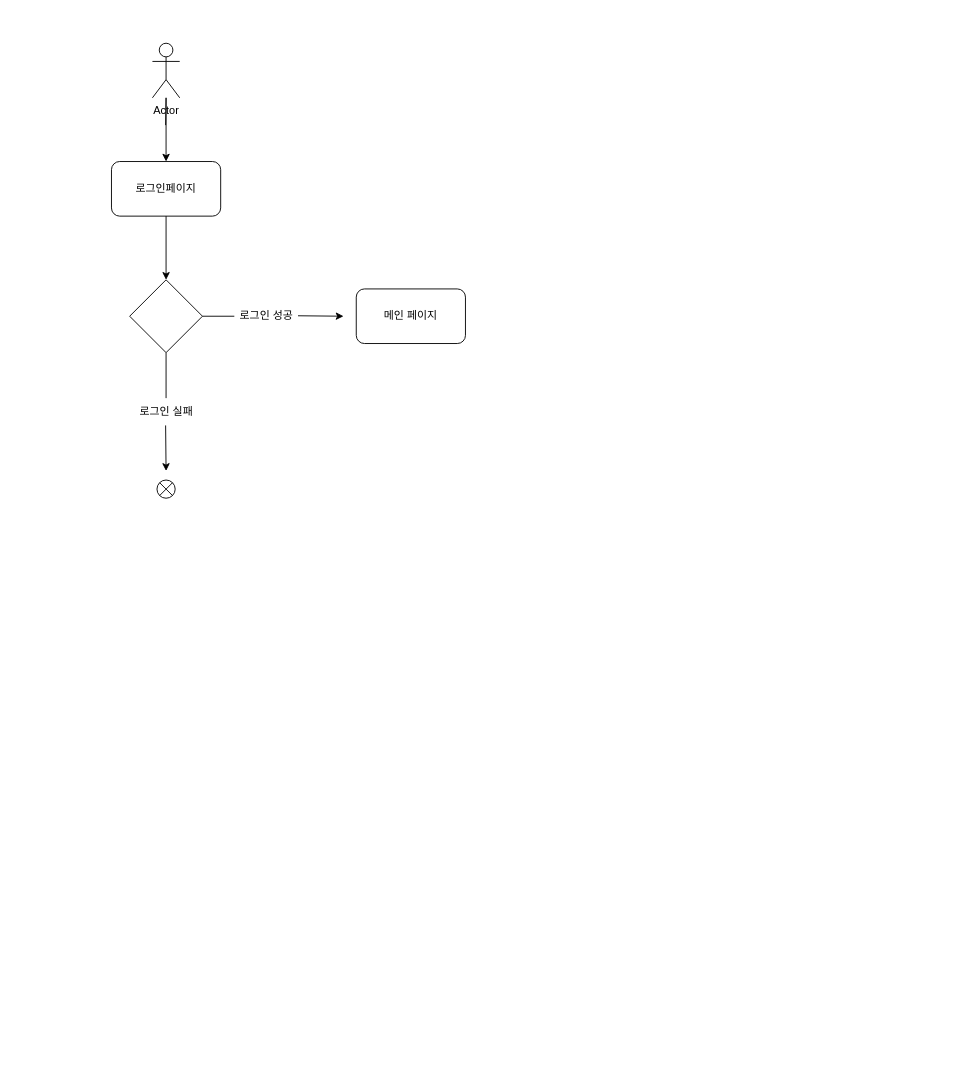
Earlier version of the draw.io diagram 제목 없는 다이어그램.drawio (jjh053/Unchild). Source tidied: cells renumbered, new cells numbered last; positions are measured from the earlier drawing's top-left corner, leaving out a move shared by most shapes. Both pictures are drawn from the tidied source at 91%, with x=0, y=0 at pixel (111, 43).
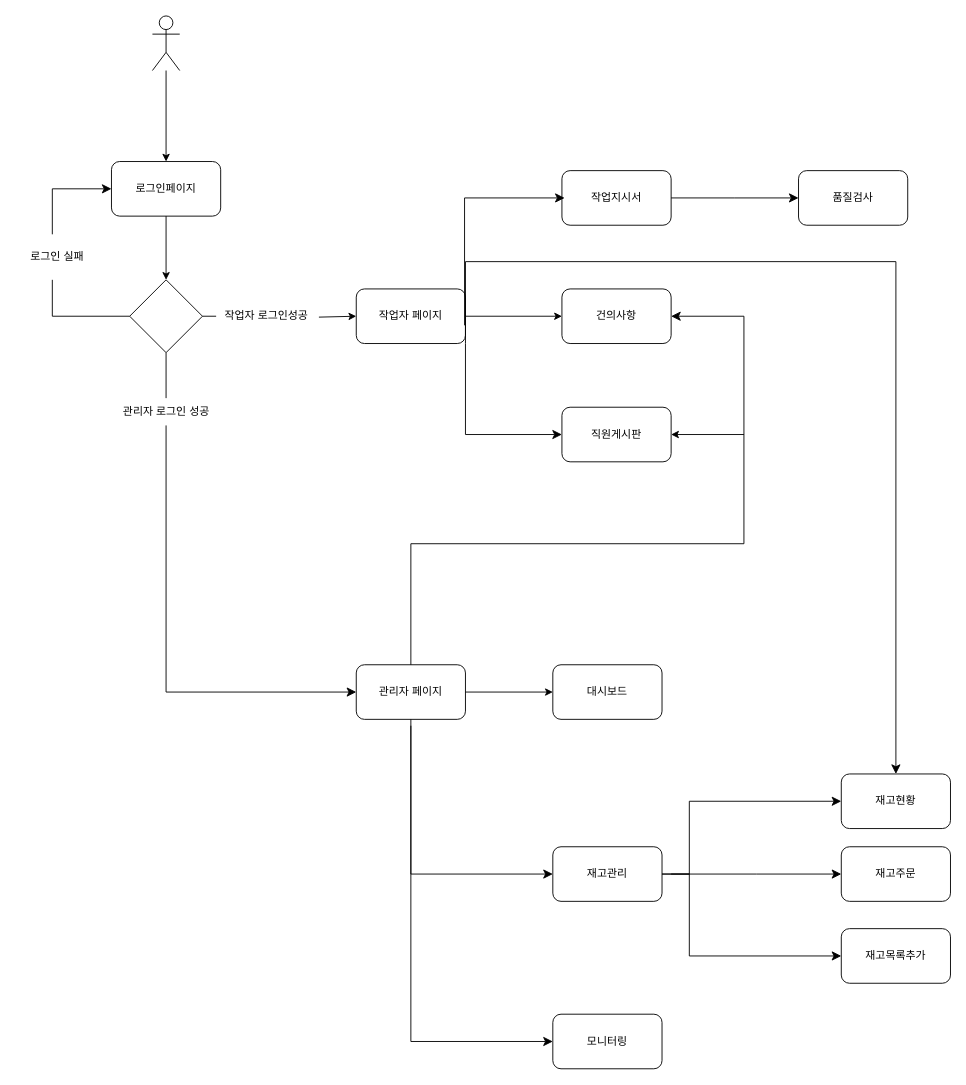
Above is the later version.

Commit message:
제목 없는 다이어그램.drawio 업데이트

Unchanged cells that the change refers to:
```xml
<mxCell id="3" value="로그인페이지" style="rounded=1;whiteSpace=wrap;html=1;" parent="1" vertex="1">
  <mxGeometry y="130" width="120" height="60" as="geometry" />
</mxCell>
<mxCell id="5" style="rhombus;whiteSpace=wrap;html=1;" parent="1" vertex="1">
  <mxGeometry x="20" y="260" width="80" height="80" as="geometry" />
</mxCell>
```

What changed in the source:
```diff
@@
+    <mxCell id="15" style="edgeStyle=orthogonalEdgeStyle;rounded=0;jettySize=auto;html=1;" parent="1" edge="1" source="2" target="3">
+      <mxGeometry relative="1" as="geometry" />
+    </mxCell>
-    <mxCell id="2" value="Actor" style="shape=umlActor;verticalLabelPosition=bottom;verticalAlign=top;html=1;outlineConnect=0;" parent="1" vertex="1">
-      <mxGeometry x="45" width="30" height="60" as="geometry" />
+    <mxCell id="2" style="shape=umlActor;verticalLabelPosition=bottom;verticalAlign=top;html=1;outlineConnect=0;" parent="1" vertex="1">
+      <mxGeometry x="45" y="-30" width="30" height="60" as="geometry" />
     </mxCell>
@@
-    <mxCell id="6" style="endArrow=classic;html=1;rounded=0;" parent="1" edge="1">
-      <mxGeometry relative="1" as="geometry">
-        <mxPoint x="59.5" y="90" as="sourcePoint" />
-        <mxPoint x="60" y="130" as="targetPoint" />
-        <Array as="points">
-          <mxPoint x="60" y="60" />
-        </Array>
-      </mxGeometry>
-    </mxCell>
-    <mxCell id="7" style="endArrow=classic;html=1;rounded=0;exitX=1;exitY=0.5;exitDx=0;exitDy=0;" parent="1" edge="1">
-      <mxGeometry relative="1" as="geometry">
-        <mxPoint x="205" y="299.5" as="sourcePoint" />
-        <mxPoint x="255" y="300" as="targetPoint" />
-      </mxGeometry>
+    <mxCell id="7" style="endArrow=classic;html=1;rounded=0;exitX=0.983;exitY=0.533;exitDx=0;exitDy=0;exitPerimeter=0;entryX=0;entryY=0.5;entryDx=0;entryDy=0;" parent="1" edge="1" source="13" target="14">
+      <mxGeometry relative="1" as="geometry" />
     </mxCell>
-    <mxCell id="8" style="endArrow=classic;html=1;rounded=0;exitX=0.5;exitY=1;exitDx=0;exitDy=0;" parent="1" edge="1">
-      <mxGeometry relative="1" as="geometry">
-        <mxPoint x="59.5" y="420" as="sourcePoint" />
-        <mxPoint x="60" y="470" as="targetPoint" />
-      </mxGeometry>
-    </mxCell>
-    <mxCell id="9" value="로그인 실패" style="text;html=1;align=center;verticalAlign=middle;strokeColor=none;fillColor=none;" parent="1" vertex="1">
-      <mxGeometry x="15" y="390" width="90" height="30" as="geometry" />
+    <mxCell id="9" value="관리자 로그인 성공" style="text;html=1;align=center;verticalAlign=middle;strokeColor=none;fillColor=none;" parent="1" vertex="1">
+      <mxGeometry x="-5" y="390" width="130" height="30" as="geometry" />
     </mxCell>
     <mxCell id="10" style="endArrow=none;html=1;rounded=0;exitX=1;exitY=0.5;exitDx=0;exitDy=0;" parent="1" edge="1" source="5">
       <mxGeometry relative="1" as="geometry">
-        <mxPoint x="135" y="300" as="targetPoint" />
+        <mxPoint x="115" y="300" as="targetPoint" />
       </mxGeometry>
     </mxCell>
@@
-    <mxCell id="12" style="shape=sumEllipse;perimeter=ellipsePerimeter;whiteSpace=wrap;html=1;backgroundOutline=1;" parent="1" vertex="1">
-      <mxGeometry x="50" y="480" width="20" height="20" as="geometry" />
-    </mxCell>
-    <mxCell id="13" value="로그인 성공" style="text;html=1;align=center;verticalAlign=middle;points=[];strokeColor=none;fillColor=none;" parent="1" vertex="1">
-      <mxGeometry x="125" y="285" width="90" height="30" as="geometry" />
+    <mxCell id="13" value="작업자 로그인성공" style="text;html=1;align=center;verticalAlign=middle;points=[];strokeColor=none;fillColor=none;" parent="1" vertex="1">
+      <mxGeometry x="110" y="285" width="120" height="30" as="geometry" />
     </mxCell>
-    <mxCell id="14" value="메인 페이지" style="rounded=1;whiteSpace=wrap;html=1;" parent="1" vertex="1">
+    <mxCell id="14" value="작업자 페이지" style="rounded=1;whiteSpace=wrap;html=1;" parent="1" vertex="1">
       <mxGeometry x="269" y="270" width="120" height="60" as="geometry" />
     </mxCell>
+    <mxCell id="16" value="작업지시서" style="rounded=1;whiteSpace=wrap;html=1;" parent="1" vertex="1">
+      <mxGeometry x="495" y="140" width="120" height="60" as="geometry" />
+    </mxCell>
+    <mxCell id="17" value="품질검사" style="rounded=1;whiteSpace=wrap;html=1;" parent="1" vertex="1">
+      <mxGeometry x="755" y="140" width="120" height="60" as="geometry" />
+    </mxCell>
+    <mxCell id="18" value="건의사항" style="rounded=1;whiteSpace=wrap;html=1;" parent="1" vertex="1">
+      <mxGeometry x="495" y="270" width="120" height="60" as="geometry" />
+    </mxCell>
+    <mxCell id="19" value="직원게시판" style="rounded=1;whiteSpace=wrap;html=1;" parent="1" vertex="1">
+      <mxGeometry x="495" y="400" width="120" height="60" as="geometry" />
+    </mxCell>
+    <mxCell id="20" style="edgeStyle=segmentEdgeStyle;endArrow=classic;html=1;curved=0;rounded=0;endSize=8;startSize=8;entryX=0;entryY=0.5;entryDx=0;entryDy=0;" parent="1" edge="1" target="19">
+      <mxGeometry relative="1" as="geometry">
+        <mxPoint x="389" y="330" as="sourcePoint" />
+        <Array as="points">
+          <mxPoint x="389" y="430" />
+        </Array>
+      </mxGeometry>
+    </mxCell>
+    <mxCell id="21" style="edgeStyle=segmentEdgeStyle;endArrow=classic;html=1;curved=0;rounded=0;endSize=8;startSize=8;entryX=0;entryY=0.5;entryDx=0;entryDy=0;" parent="1" edge="1" target="26">
+      <mxGeometry relative="1" as="geometry">
+        <mxPoint x="60" y="420" as="sourcePoint" />
+        <Array as="points">
+          <mxPoint x="60" y="713" />
+        </Array>
+      </mxGeometry>
+    </mxCell>
+    <mxCell id="22" value="로그인 실패" style="text;html=1;align=center;verticalAlign=middle;strokeColor=none;fillColor=none;" parent="1" vertex="1">
+      <mxGeometry x="-105" y="220" width="90" height="30" as="geometry" />
+    </mxCell>
+    <mxCell id="23" style="endArrow=none;html=1;rounded=0;entryX=0;entryY=0.5;entryDx=0;entryDy=0;" parent="1" edge="1" target="5">
+      <mxGeometry relative="1" as="geometry">
+        <mxPoint x="-65" y="300" as="sourcePoint" />
+      </mxGeometry>
+    </mxCell>
+    <mxCell id="24" style="endArrow=none;html=1;rounded=0;" parent="1" edge="1">
+      <mxGeometry relative="1" as="geometry">
+        <mxPoint x="-65" y="300" as="sourcePoint" />
+        <mxPoint x="-65" y="260" as="targetPoint" />
+      </mxGeometry>
+    </mxCell>
+    <mxCell id="25" style="edgeStyle=segmentEdgeStyle;endArrow=classic;html=1;curved=0;rounded=0;endSize=8;startSize=8;entryX=0;entryY=0.5;entryDx=0;entryDy=0;" parent="1" edge="1" target="3">
+      <mxGeometry relative="1" as="geometry">
+        <mxPoint x="-65" y="210" as="sourcePoint" />
+        <Array as="points">
+          <mxPoint x="-65" y="160" />
+        </Array>
+      </mxGeometry>
+    </mxCell>
+    <mxCell id="26" value="관리자 페이지" style="rounded=1;whiteSpace=wrap;html=1;" parent="1" vertex="1">
+      <mxGeometry x="269" y="683" width="120" height="60" as="geometry" />
+    </mxCell>
+    <mxCell id="27" value="대시보드" style="rounded=1;whiteSpace=wrap;html=1;" parent="1" vertex="1">
+      <mxGeometry x="485" y="683" width="120" height="60" as="geometry" />
+    </mxCell>
+    <mxCell id="28" value="모니터링" style="rounded=1;whiteSpace=wrap;html=1;" parent="1" vertex="1">
+      <mxGeometry x="485" y="1067" width="120" height="60" as="geometry" />
+    </mxCell>
+    <mxCell id="29" value="재고관리" style="rounded=1;whiteSpace=wrap;html=1;" parent="1" vertex="1">
+      <mxGeometry x="485" y="883" width="120" height="60" as="geometry" />
+    </mxCell>
+    <mxCell id="30" value="재고현황" style="rounded=1;whiteSpace=wrap;html=1;" parent="1" vertex="1">
+      <mxGeometry x="802" y="803" width="120" height="60" as="geometry" />
+    </mxCell>
+    <mxCell id="31" value="재고주문" style="rounded=1;whiteSpace=wrap;html=1;" parent="1" vertex="1">
+      <mxGeometry x="802" y="883" width="120" height="60" as="geometry" />
+    </mxCell>
+    <mxCell id="32" value="재고목록추가" style="rounded=1;whiteSpace=wrap;html=1;" parent="1" vertex="1">
+      <mxGeometry x="802" y="973" width="120" height="60" as="geometry" />
+    </mxCell>
+    <mxCell id="33" style="edgeStyle=elbowEdgeStyle;elbow=horizontal;endArrow=classic;html=1;curved=0;rounded=0;endSize=8;startSize=8;entryX=0;entryY=0.5;entryDx=0;entryDy=0;exitX=1;exitY=0.5;exitDx=0;exitDy=0;" parent="1" edge="1" source="29" target="30">
+      <mxGeometry relative="1" as="geometry">
+        <Array as="points">
+          <mxPoint x="635" y="903" />
+        </Array>
+      </mxGeometry>
+    </mxCell>
+    <mxCell id="34" style="edgeStyle=elbowEdgeStyle;elbow=horizontal;endArrow=classic;html=1;curved=0;rounded=0;endSize=8;startSize=8;entryX=0;entryY=0.5;entryDx=0;entryDy=0;" parent="1" edge="1" target="31">
+      <mxGeometry relative="1" as="geometry">
+        <mxPoint x="615" y="913" as="sourcePoint" />
+      </mxGeometry>
+    </mxCell>
+    <mxCell id="35" style="edgeStyle=elbowEdgeStyle;elbow=horizontal;endArrow=classic;html=1;curved=0;rounded=0;endSize=8;startSize=8;exitX=1;exitY=0.5;exitDx=0;exitDy=0;entryX=0;entryY=0.5;entryDx=0;entryDy=0;" parent="1" edge="1" source="29" target="32">
+      <mxGeometry relative="1" as="geometry">
+        <Array as="points">
+          <mxPoint x="635" y="963" />
+        </Array>
+      </mxGeometry>
+    </mxCell>
+    <mxCell id="36" style="edgeStyle=elbowEdgeStyle;elbow=vertical;endArrow=classic;html=1;curved=0;rounded=0;endSize=8;startSize=8;exitX=0.5;exitY=1;exitDx=0;exitDy=0;entryX=0;entryY=0.5;entryDx=0;entryDy=0;" parent="1" edge="1" source="26" target="29">
+      <mxGeometry relative="1" as="geometry">
+        <Array as="points">
+          <mxPoint x="355" y="913" />
+        </Array>
+      </mxGeometry>
+    </mxCell>
+    <mxCell id="37" style="endArrow=classic;html=1;rounded=0;exitX=1;exitY=0.5;exitDx=0;exitDy=0;entryX=0;entryY=0.5;entryDx=0;entryDy=0;" parent="1" edge="1" source="26" target="27">
+      <mxGeometry relative="1" as="geometry" />
+    </mxCell>
+    <mxCell id="38" style="edgeStyle=elbowEdgeStyle;elbow=vertical;endArrow=classic;html=1;curved=0;rounded=0;endSize=8;startSize=8;exitX=0.5;exitY=1;exitDx=0;exitDy=0;entryX=0;entryY=0.5;entryDx=0;entryDy=0;" parent="1" edge="1" target="28">
+      <mxGeometry relative="1" as="geometry">
+        <mxPoint x="329" y="750" as="sourcePoint" />
+        <Array as="points">
+          <mxPoint x="355" y="1097" />
+        </Array>
+      </mxGeometry>
+    </mxCell>
+    <mxCell id="39" style="edgeStyle=elbowEdgeStyle;elbow=vertical;endArrow=classic;html=1;curved=0;rounded=0;endSize=8;startSize=8;exitX=1;exitY=1;exitDx=0;exitDy=0;entryX=0.5;entryY=0;entryDx=0;entryDy=0;" parent="1" edge="1" source="14" target="30">
+      <mxGeometry relative="1" as="geometry">
+        <Array as="points">
+          <mxPoint x="635" y="240" />
+        </Array>
+      </mxGeometry>
+    </mxCell>
+    <mxCell id="40" style="edgeStyle=elbowEdgeStyle;elbow=horizontal;endArrow=classic;html=1;curved=0;rounded=0;endSize=8;startSize=8;entryX=0;entryY=0.5;entryDx=0;entryDy=0;exitX=1;exitY=0.5;exitDx=0;exitDy=0;exitPerimeter=0;" parent="1" edge="1" source="16" target="17">
+      <mxGeometry relative="1" as="geometry" />
+    </mxCell>
+    <mxCell id="41" style="endArrow=classic;html=1;rounded=0;exitX=1;exitY=0.5;exitDx=0;exitDy=0;entryX=0;entryY=0.5;entryDx=0;entryDy=0;" parent="1" edge="1" source="14" target="18">
+      <mxGeometry relative="1" as="geometry" />
+    </mxCell>
+    <mxCell id="42" style="edgeStyle=elbowEdgeStyle;elbow=vertical;endArrow=classic;html=1;curved=0;rounded=0;endSize=8;startSize=8;entryX=0;entryY=0.5;entryDx=0;entryDy=0;" parent="1" edge="1">
+      <mxGeometry relative="1" as="geometry">
+        <mxPoint x="388" y="310" as="sourcePoint" />
+        <mxPoint x="498" y="170" as="targetPoint" />
+        <Array as="points">
+          <mxPoint x="418" y="170" />
+        </Array>
+      </mxGeometry>
+    </mxCell>
+    <mxCell id="43" style="edgeStyle=segmentEdgeStyle;endArrow=classic;html=1;curved=0;rounded=0;endSize=8;startSize=8;exitX=0.5;exitY=0;exitDx=0;exitDy=0;entryX=1;entryY=0.5;entryDx=0;entryDy=0;" parent="1" edge="1" source="26" target="18">
+      <mxGeometry relative="1" as="geometry">
+        <Array as="points">
+          <mxPoint x="329" y="550" />
+          <mxPoint x="695" y="550" />
+          <mxPoint x="695" y="300" />
+        </Array>
+      </mxGeometry>
+    </mxCell>
+    <mxCell id="44" style="endArrow=classic;html=1;rounded=0;entryX=1;entryY=0.5;entryDx=0;entryDy=0;" parent="1" edge="1" target="19">
+      <mxGeometry relative="1" as="geometry">
+        <mxPoint x="695" y="430" as="sourcePoint" />
+      </mxGeometry>
+    </mxCell>
```
